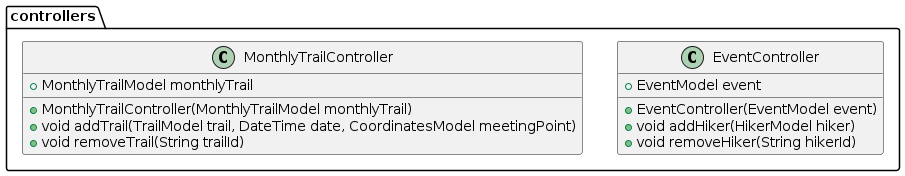
Before: docs/diagrams/out/pe_na_pedra_class_diagram_3.png, a diagram exported from PlantUML (tiagors09/pe_na_pedra).
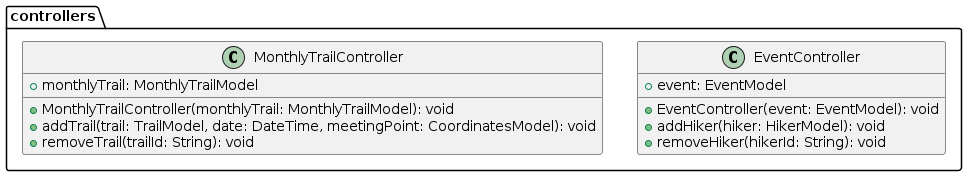
Later version of the same file.

Commit message:
feat: :sparkles: export class diagrams to png

The edit, as a diff of the source:
```diff
@@ -1,17 +1,17 @@
 @startuml pe_na_pedra_class_diagram_3
 package controllers {
   class EventController {
-    + EventModel event
-    + EventController(EventModel event)
-    + void addHiker(HikerModel hiker)
-    + void removeHiker(String hikerId)
+    + event: EventModel
+    + EventController(event: EventModel): void
+    + addHiker(hiker: HikerModel): void
+    + removeHiker(hikerId: String): void
   }
 
   class MonthlyTrailController{
-    + MonthlyTrailModel monthlyTrail
-    + MonthlyTrailController(MonthlyTrailModel monthlyTrail)
-    + void addTrail(TrailModel trail, DateTime date, CoordinatesModel meetingPoint)
-    + void removeTrail(String trailId)
+    + monthlyTrail: MonthlyTrailModel
+    + MonthlyTrailController(monthlyTrail: MonthlyTrailModel): void
+    + addTrail(trail: TrailModel, date: DateTime, meetingPoint: CoordinatesModel): void
+    + removeTrail(trailId: String): void
   }
 }
 @enduml
```
